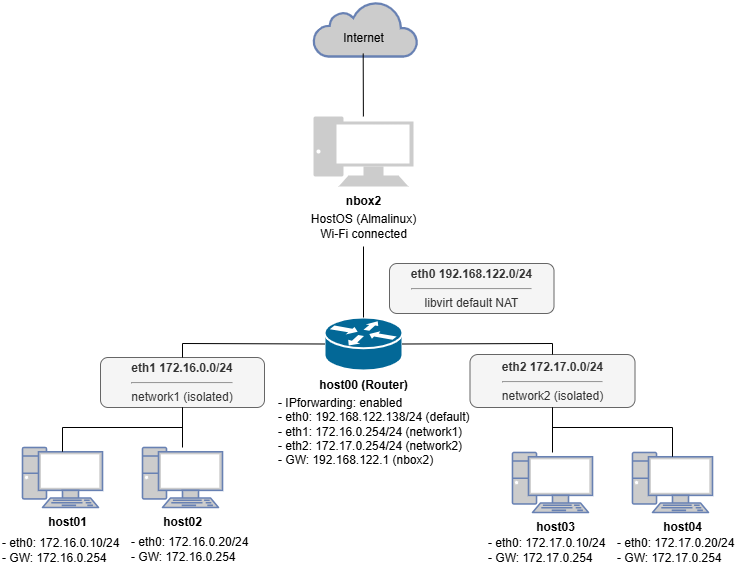
The draw.io diagram architecture/network-diagram.drawio.png in haru186f/kvm-network-lab, before a commit. Source tidied: cells renumbered, new cells last; positions are measured from the earlier drawing's top-left corner, leaving out a move shared by most shapes.
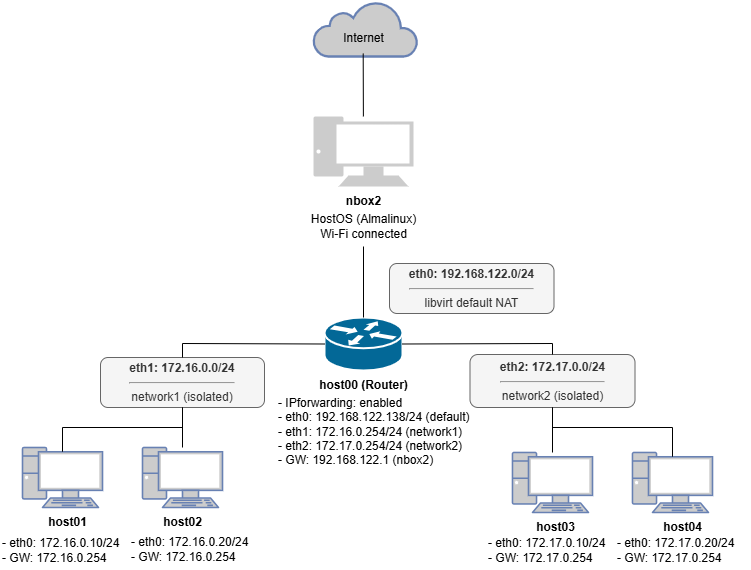
The same file after the commit.

What changed in the source:
```diff
@@ -8,13 +8,13 @@
     <mxCell id="3" value="&lt;b&gt;host00 (Router)&lt;br&gt;&lt;/b&gt;" style="text;html=1;align=center;verticalAlign=middle;strokeColor=none;fillColor=none;" parent="1" vertex="1">
       <mxGeometry x="308" y="369" width="110" height="30" as="geometry" />
     </mxCell>
-    <mxCell id="4" value="&lt;b&gt;eth0 192.168.122.0/24&lt;br&gt;&lt;/b&gt;&lt;hr&gt;libvirt default NAT" style="rounded=1;whiteSpace=wrap;html=1;fillStyle=auto;fillColor=#f5f5f5;fontColor=#333333;strokeColor=#666666;gradientColor=none;align=center;" parent="1" vertex="1">
+    <mxCell id="4" value="&lt;b&gt;eth0: 192.168.122.0/24&lt;br&gt;&lt;/b&gt;&lt;hr&gt;libvirt default NAT" style="rounded=1;whiteSpace=wrap;html=1;fillStyle=auto;fillColor=#f5f5f5;fontColor=#333333;strokeColor=#666666;gradientColor=none;align=center;" parent="1" vertex="1">
       <mxGeometry x="389" y="262" width="164.5" height="50" as="geometry" />
     </mxCell>
-    <mxCell id="5" value="&lt;b&gt;eth1 172.16.0.0/24&lt;br&gt;&lt;/b&gt;&lt;hr&gt;network1 (isolated)" style="rounded=1;whiteSpace=wrap;html=1;fillColor=#f5f5f5;fontColor=#333333;strokeColor=#666666;verticalAlign=middle;" parent="1" vertex="1">
+    <mxCell id="5" value="&lt;b&gt;eth1: 172.16.0.0/24&lt;br&gt;&lt;/b&gt;&lt;hr&gt;network1 (isolated)" style="rounded=1;whiteSpace=wrap;html=1;fillColor=#f5f5f5;fontColor=#333333;strokeColor=#666666;verticalAlign=middle;" parent="1" vertex="1">
       <mxGeometry x="100" y="356" width="164" height="50" as="geometry" />
     </mxCell>
-    <mxCell id="6" value="&lt;b&gt;eth2 172.17.0.0/24&lt;/b&gt;&lt;div&gt;&lt;hr&gt;network2 (isolated)&lt;/div&gt;" style="rounded=1;whiteSpace=wrap;html=1;fillColor=#f5f5f5;fontColor=#333333;strokeColor=#666666;" parent="1" vertex="1">
+    <mxCell id="6" value="&lt;b&gt;eth2: 172.17.0.0/24&lt;/b&gt;&lt;div&gt;&lt;hr&gt;network2 (isolated)&lt;/div&gt;" style="rounded=1;whiteSpace=wrap;html=1;fillColor=#f5f5f5;fontColor=#333333;strokeColor=#666666;" parent="1" vertex="1">
       <mxGeometry x="469.5" y="353" width="165" height="53" as="geometry" />
     </mxCell>
     <mxCell id="7" style="endArrow=none;html=1;entryX=0;entryY=0.5;entryDx=0;entryDy=0;entryPerimeter=0;exitX=0.5;exitY=0;exitDx=0;exitDy=0;rounded=0;curved=0;" parent="1" edge="1" source="5" target="2">
```
